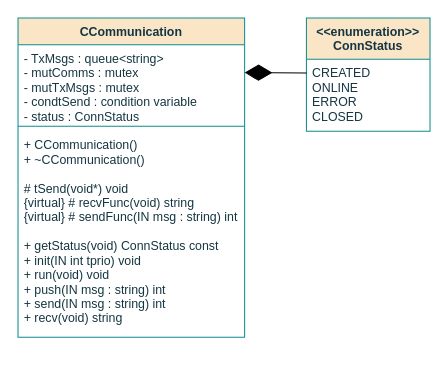
Before: page "CComunication" (1 of 8) of documentation/flowcharts/Classes/CCommunication.drawio in ESRGgroup9/slipad, a draw.io diagram. Source tidied: cells renumbered, new cells numbered last; positions are measured from the earlier drawing's top-left corner, leaving out a move shared by most shapes. Both pictures are drawn from the tidied source at 103%, with x=0, y=0 at pixel (18, 18).
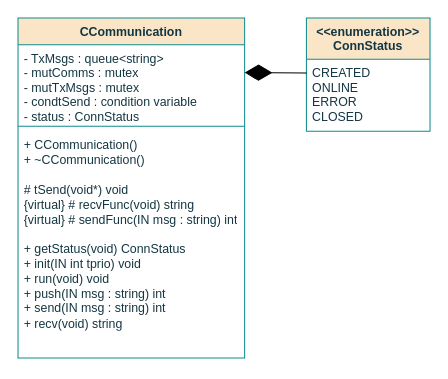
After the change.

What changed in the source:
```diff
@@
 <mxGraphModel>
   <root>
     <mxCell id="0" />
     <mxCell id="1" parent="0" />
     <mxCell id="2" value="CCommunication" style="swimlane;fontStyle=1;align=center;verticalAlign=top;horizontal=1;startSize=26;fillColor=#FAE5C7;strokeColor=#0F8B8D;fontColor=#143642;" parent="1" vertex="1">
-      <mxGeometry width="220" height="310" as="geometry" />
+      <mxGeometry width="220" height="330" as="geometry" />
     </mxCell>
     <mxCell id="3" value="- TxMsgs : queue&lt;string&gt;&#10;-  mutComms : mutex&#10;-  mutTxMsgs : mutex&#10;- condtSend : condition variable&#10;- status : ConnStatus&#10;&#10;&#10;&#10;&#10;&#10;&#10;" style="text;strokeColor=none;fillColor=none;align=left;verticalAlign=top;spacingLeft=4;spacingRight=4;overflow=hidden;fontColor=#143642;" parent="2" vertex="1">
       <mxGeometry y="26" width="220" height="74" as="geometry" />
     </mxCell>
     <mxCell id="4" style="line;strokeWidth=1;fillColor=none;align=left;verticalAlign=middle;spacingTop=-1;spacingLeft=3;spacingRight=3;labelPosition=right;labelBackgroundColor=#DAD2D8;strokeColor=#0F8B8D;fontColor=#143642;" parent="2" vertex="1">
       <mxGeometry y="100" width="220" height="10" as="geometry" />
     </mxCell>
-    <mxCell id="5" value="+ CCommunication()&#10;+ ~CCommunication()&#10;&#10;# tSend(void*) void&#10;{virtual} # recvFunc(void) string&#10;{virtual} # sendFunc(IN msg : string) int&#10;&#10;+ getStatus(void) ConnStatus const&#10;+ init(IN int tprio) void&#10;+ run(void) void&#10;+ push(IN msg : string) int&#10;+ send(IN msg : string) int&#10;+ recv(void) string&#10;" style="text;strokeColor=none;fillColor=none;align=left;verticalAlign=top;spacingLeft=4;spacingRight=4;overflow=hidden;fontColor=#143642;" parent="2" vertex="1">
-      <mxGeometry y="110" width="220" height="200" as="geometry" />
+    <mxCell id="5" value="+ CCommunication()&lt;br&gt;+ ~CCommunication()&lt;br&gt;&lt;br&gt;# tSend(void*) void&lt;br&gt;{virtual} # recvFunc(void) string&lt;br&gt;{virtual} # sendFunc(IN msg : string) int&lt;br&gt;&lt;br&gt;+ getStatus(void) ConnStatus&lt;br&gt;+ init(IN int tprio) void&lt;br&gt;+ run(void) void&lt;br&gt;+ push(IN msg : string) int&lt;br&gt;+ send(IN msg : string) int&lt;br&gt;+ recv(void) string&lt;br&gt;" style="text;strokeColor=none;fillColor=none;align=left;verticalAlign=top;spacingLeft=4;spacingRight=4;overflow=hidden;fontColor=#143642;html=1;" parent="2" vertex="1">
+      <mxGeometry y="110" width="220" height="220" as="geometry" />
     </mxCell>
     <mxCell id="6" value="&lt;&lt;enumeration&gt;&gt;&#10;ConnStatus&#10;" style="swimlane;fontStyle=1;align=center;verticalAlign=top;horizontal=1;startSize=40;fillColor=#FAE5C7;strokeColor=#0F8B8D;fontColor=#143642;" parent="1" vertex="1">
       <mxGeometry x="280" width="120" height="110" as="geometry" />
     </mxCell>
     <mxCell id="7" value="CREATED&#10;ONLINE&#10;ERROR&#10;CLOSED&#10;" style="text;strokeColor=none;fillColor=none;align=left;verticalAlign=top;spacingLeft=4;spacingRight=4;overflow=hidden;points=[[0,0.5],[1,0.5]];portConstraint=eastwest;fontColor=#143642;" parent="6" vertex="1">
       <mxGeometry y="40" width="120" height="70" as="geometry" />
     </mxCell>
     <mxCell id="8" style="endArrow=diamondThin;endFill=1;endSize=24;html=1;rounded=0;exitX=0.001;exitY=0.19;exitDx=0;exitDy=0;exitPerimeter=0;" parent="1" edge="1" source="7">
       <mxGeometry relative="1" as="geometry">
         <mxPoint x="220" y="53" as="targetPoint" />
         <Array as="points">
           <mxPoint x="220" y="53" />
         </Array>
       </mxGeometry>
     </mxCell>
   </root>
 </mxGraphModel>
```
